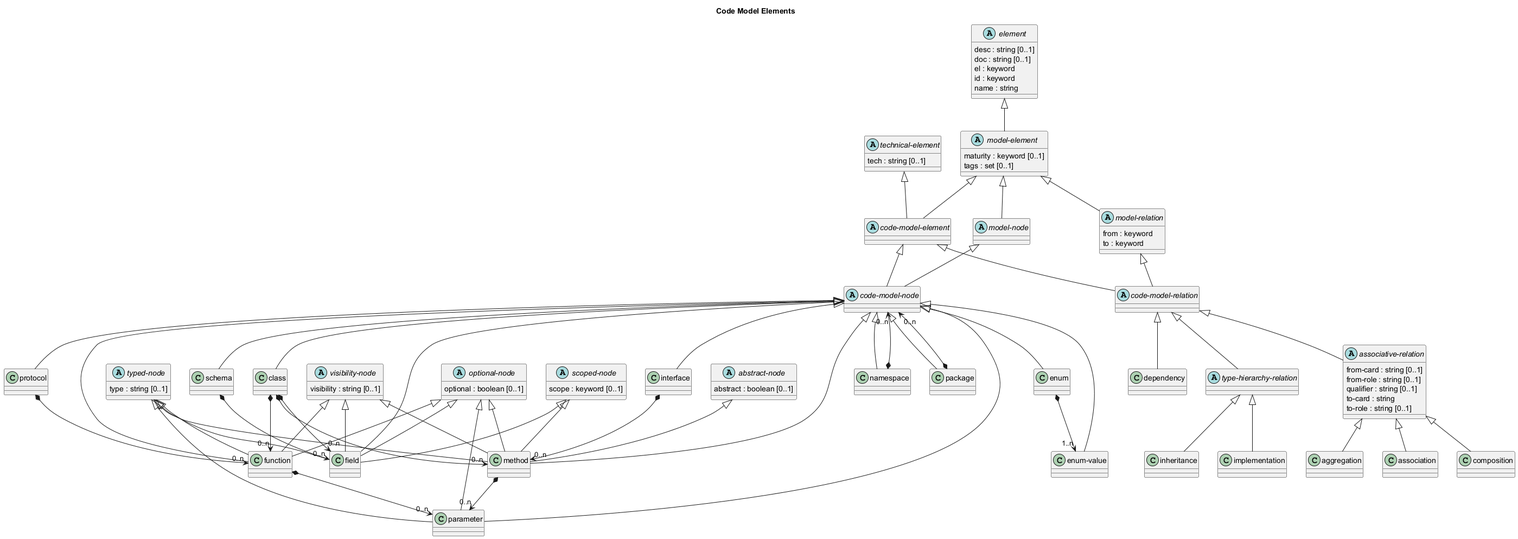
Before: docs/overarch/data-model/code-model-elements.png, a diagram exported from PlantUML (soulspace-org/overarch).
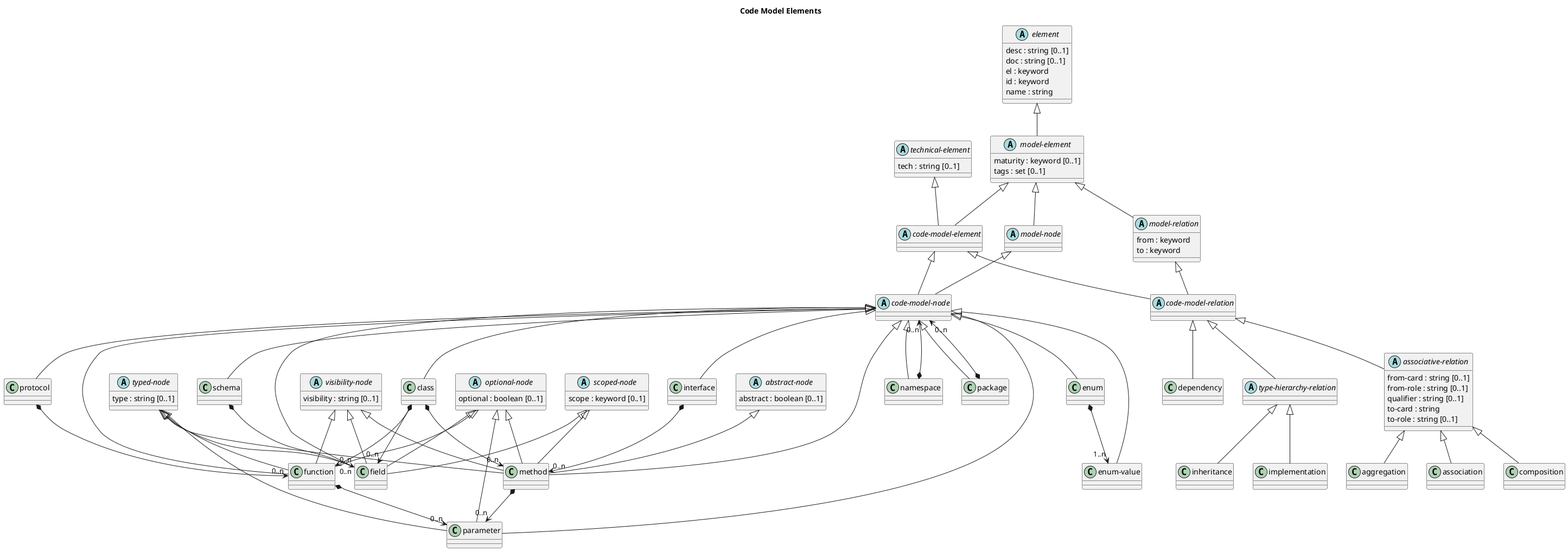
After the commit.

Change to the diagram source:
```diff
@@ -15,7 +15,6 @@
 class "inheritance" as overarch_dataModel_inheritance {}
 class "function" as overarch_dataModel_function {}
 class "parameter" as overarch_dataModel_parameter {}
-class "namespace" as overarch_dataModel_namespace {}
 abstract class "scoped-node" as overarch_dataModel_scopedNode {
   scope : keyword [0..1]
 }
@@ -24,7 +23,8 @@
   maturity : keyword [0..1]
   tags : set [0..1]
 }
-class "schema" as overarch_dataModel_schema {}
+class "namespace" as overarch_dataModel_namespace {}
+class "package" as overarch_dataModel_package {}
 abstract class "visibility-node" as overarch_dataModel_visibilityNode {
   visibility : string [0..1]
 }
@@ -34,8 +34,6 @@
 abstract class "technical-element" as overarch_dataModel_technicalElement {
   tech : string [0..1]
 }
-class "interface" as overarch_dataModel_interface {}
-class "package" as overarch_dataModel_package {}
 abstract class "abstract-node" as overarch_dataModel_abstractNode {
   abstract : boolean [0..1]
 }
@@ -49,9 +47,11 @@
   type : string [0..1]
 }
 abstract class "code-model-relation" as overarch_dataModel_codeModelRelation {}
+class "interface" as overarch_dataModel_interface {}
 class "composition" as overarch_dataModel_composition {}
 abstract class "code-model-node" as overarch_dataModel_codeModelNode {}
 class "class" as overarch_dataModel_class {}
+class "protocol" as overarch_dataModel_protocol {}
 abstract class "associative-relation" as overarch_dataModel_associativeRelation {
   from-card : string [0..1]
   from-role : string [0..1]
@@ -68,7 +68,7 @@
   name : string
 }
 class "dependency" as overarch_dataModel_dependency {}
-class "protocol" as overarch_dataModel_protocol {}
+class "schema" as overarch_dataModel_schema {}
 abstract class "code-model-element" as overarch_dataModel_codeModelElement {}
 overarch_dataModel_optionalNode <|-- overarch_dataModel_field
 overarch_dataModel_codeModelNode <|-- overarch_dataModel_class
```
